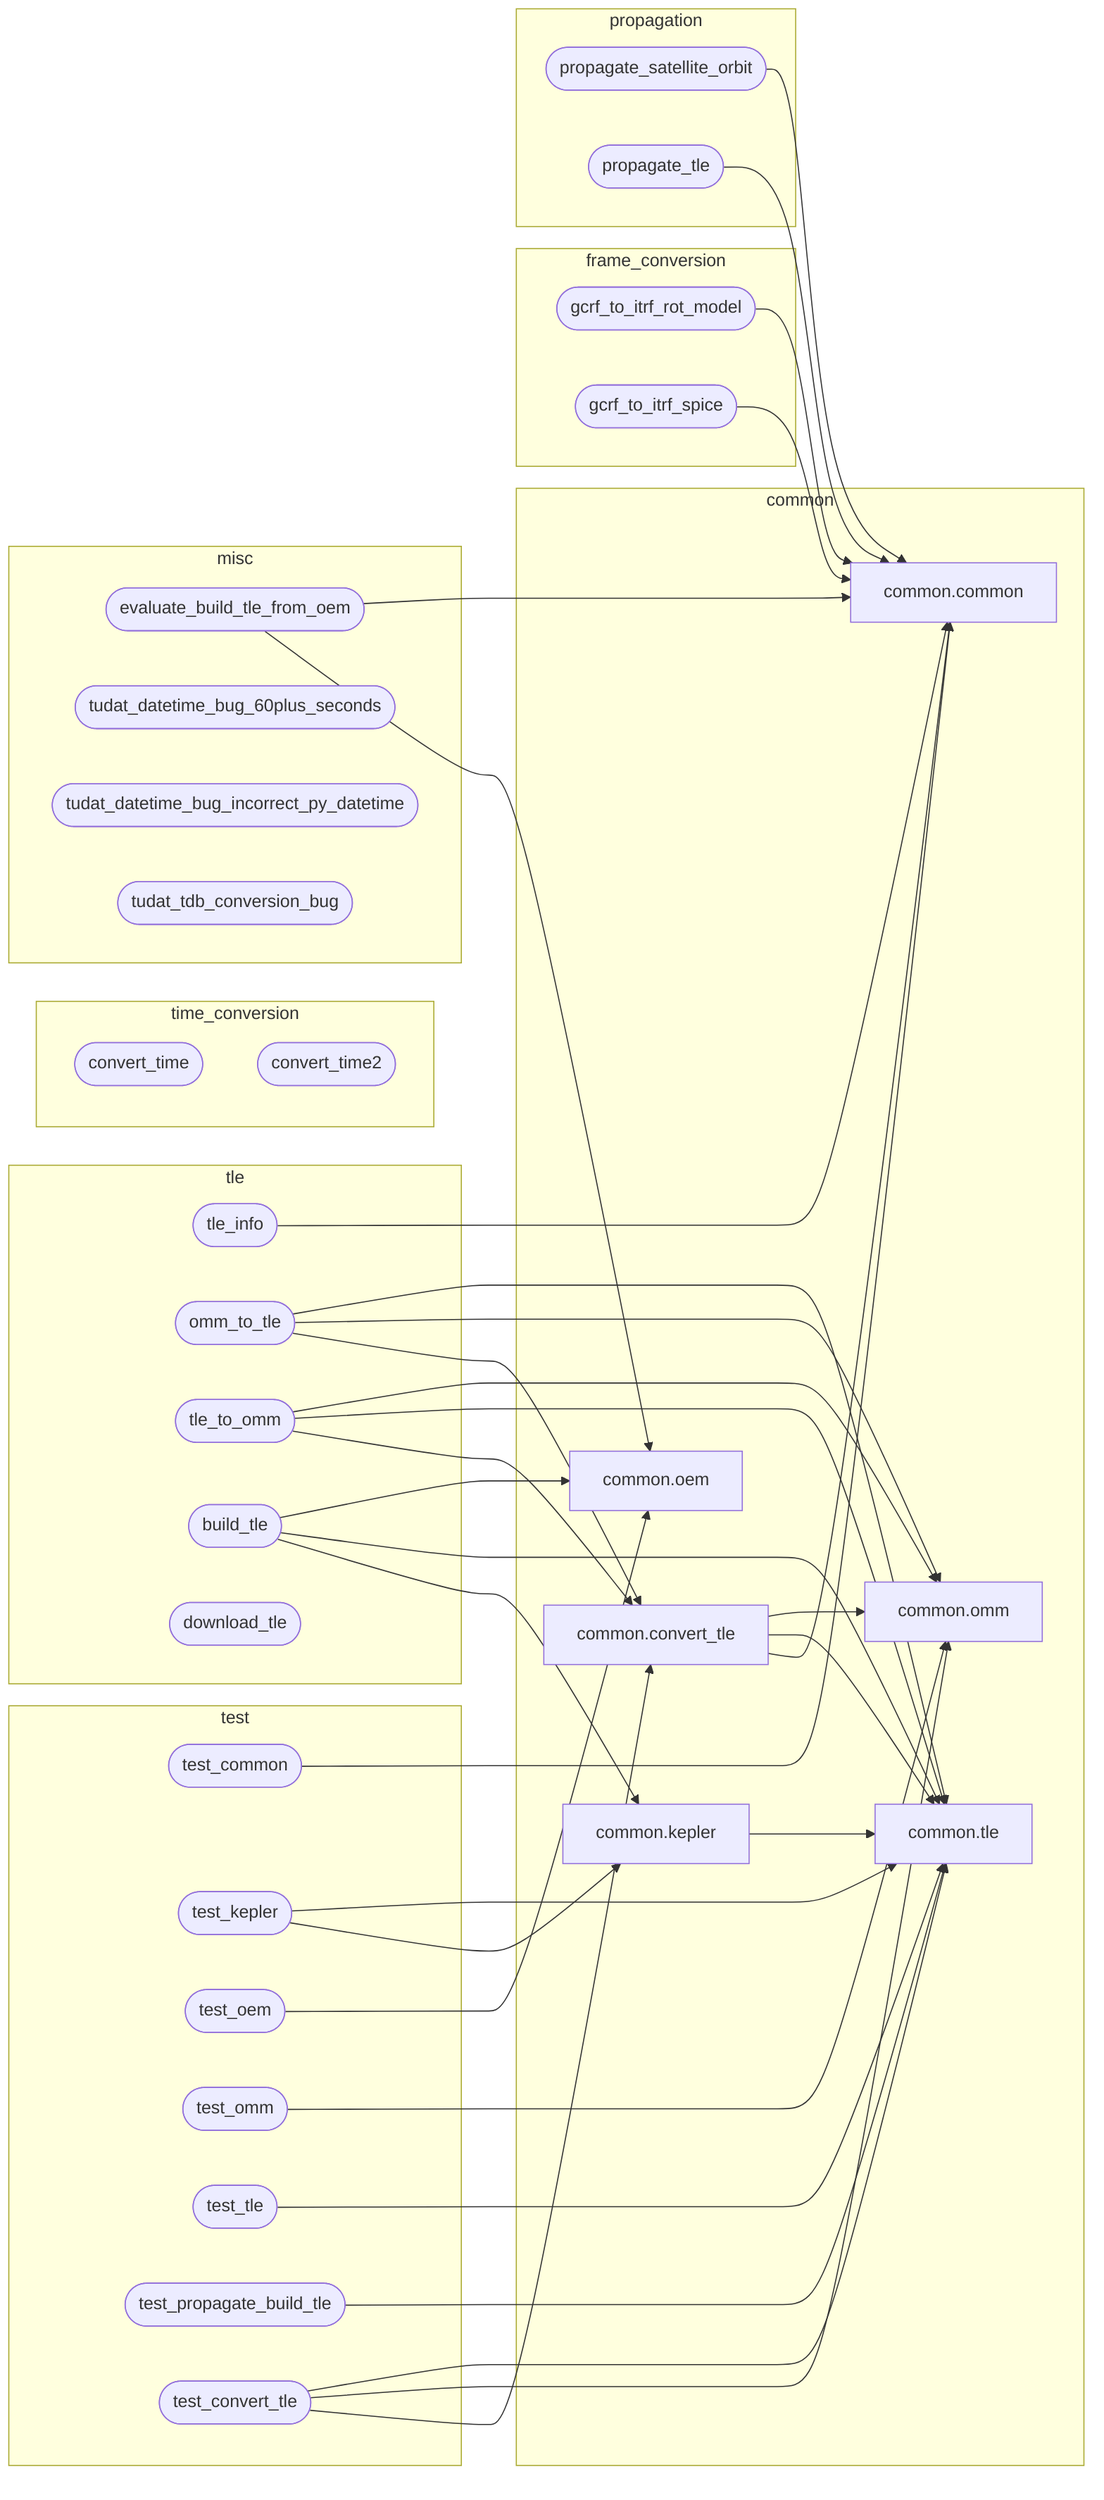
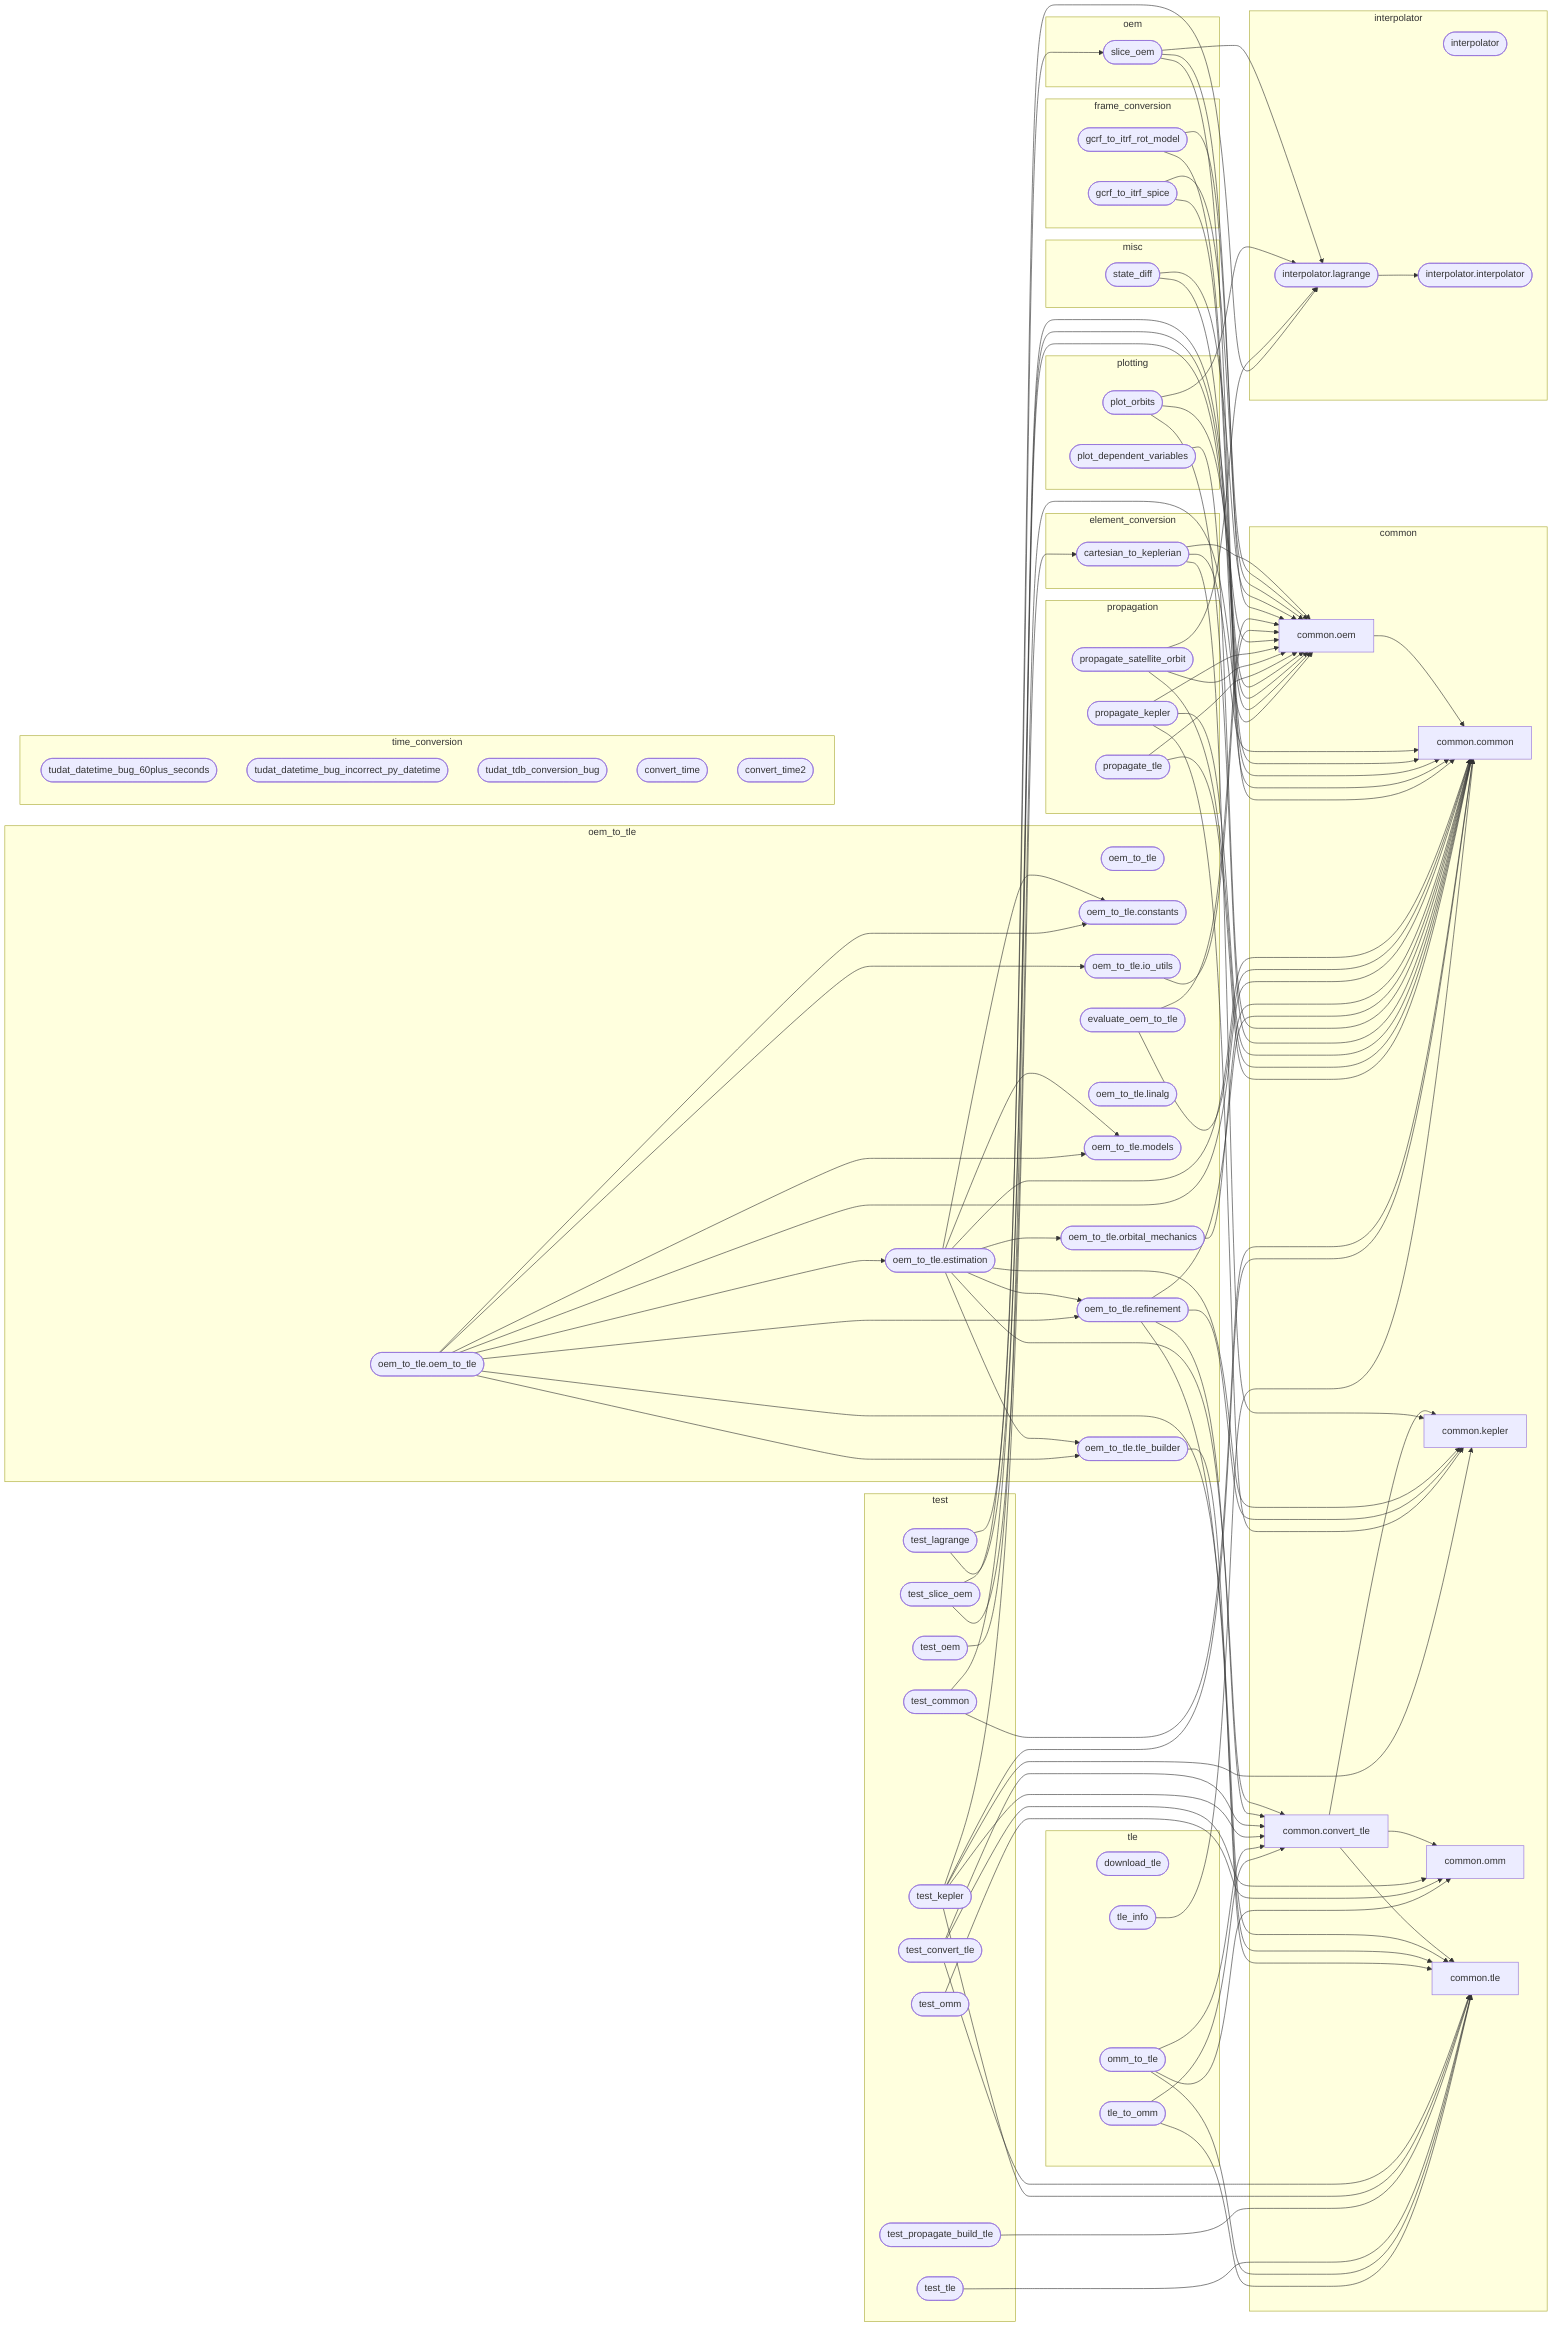
---
config:
  flowchart:
    curve: basis
---
graph LR

%% Internal Python module dependencies
%% Standalone scripts use stadium shape ([...])
%% Library modules use default rectangle shape [...]

    subgraph common
        mod_common_common[common.common]
+         mod_common_convert_tle[common.convert_tle]
        mod_common_kepler[common.kepler]
        mod_common_oem[common.oem]
+         mod_common_omm[common.omm]
        mod_common_tle[common.tle]
-         mod_common_omm[common.omm]
-         mod_common_convert_tle[common.convert_tle]
+     end
+ 
+     subgraph element_conversion
+         mod_element_conversion_cartesian_to_keplerian([cartesian_to_keplerian])
    end

    subgraph frame_conversion
        mod_frame_conversion_gcrf_to_itrf_rot_model([gcrf_to_itrf_rot_model])
        mod_frame_conversion_gcrf_to_itrf_spice([gcrf_to_itrf_spice])
    end

+     subgraph interpolator
+         mod_interpolator_package([interpolator])
+         mod_interpolator_interpolator([interpolator.interpolator])
+         mod_interpolator_lagrange([interpolator.lagrange])
+     end
+ 
+     subgraph misc
+         mod_misc_state_diff([state_diff])
+     end
+ 
+     subgraph oem
+         mod_oem_slice_oem([slice_oem])
+     end
+ 
+     subgraph oem_to_tle
+         mod_oem_to_tle_package([oem_to_tle])
+         mod_oem_to_tle_constants([oem_to_tle.constants])
+         mod_oem_to_tle_estimation([oem_to_tle.estimation])
+         mod_oem_to_tle_evaluate_oem_to_tle([evaluate_oem_to_tle])
+         mod_oem_to_tle_io_utils([oem_to_tle.io_utils])
+         mod_oem_to_tle_linalg([oem_to_tle.linalg])
+         mod_oem_to_tle_models([oem_to_tle.models])
+         mod_oem_to_tle_oem_to_tle([oem_to_tle.oem_to_tle])
+         mod_oem_to_tle_orbital_mechanics([oem_to_tle.orbital_mechanics])
+         mod_oem_to_tle_refinement([oem_to_tle.refinement])
+         mod_oem_to_tle_tle_builder([oem_to_tle.tle_builder])
+     end
+ 
+     subgraph plotting
+         mod_plotting_plot_dependent_variables([plot_dependent_variables])
+         mod_plotting_plot_orbits([plot_orbits])
+     end
+ 
    subgraph propagation
+         mod_propagation_propagate_kepler([propagate_kepler])
        mod_propagation_propagate_satellite_orbit([propagate_satellite_orbit])
        mod_propagation_propagate_tle([propagate_tle])
    end

-     subgraph tle
-         mod_tle_tle_info([tle_info])
-         mod_tle_omm_to_tle([omm_to_tle])
-         mod_tle_tle_to_omm([tle_to_omm])
-         mod_tle_build_tle([build_tle])
-         mod_tle_download_tle([download_tle])
-     end
- 
    subgraph test
        mod_test_test_common([test_common])
+         mod_test_test_convert_tle([test_convert_tle])
        mod_test_test_kepler([test_kepler])
+         mod_test_test_lagrange([test_lagrange])
        mod_test_test_oem([test_oem])
        mod_test_test_omm([test_omm])
+         mod_test_test_propagate_build_tle([test_propagate_build_tle])
+         mod_test_test_slice_oem([test_slice_oem])
        mod_test_test_tle([test_tle])
-         mod_test_test_propagate_build_tle([test_propagate_build_tle])
-         mod_test_test_convert_tle([test_convert_tle])
    end

    subgraph time_conversion
+         mod_time_conversion_old_tudat_datetime_bug_60plus_seconds([tudat_datetime_bug_60plus_seconds])
+         mod_time_conversion_old_tudat_datetime_bug_incorrect_py_datetime([tudat_datetime_bug_incorrect_py_datetime])
+         mod_time_conversion_old_tudat_tdb_conversion_bug([tudat_tdb_conversion_bug])
        mod_time_conversion_tools_convert_time([convert_time])
        mod_time_conversion_tools_convert_time2([convert_time2])
    end

-     subgraph misc
-         mod_misc_evaluate_build_tle_from_oem([evaluate_build_tle_from_oem])
-         mod_misc_tudat_datetime_bug_60plus_seconds([tudat_datetime_bug_60plus_seconds])
-         mod_misc_tudat_datetime_bug_incorrect_py_datetime([tudat_datetime_bug_incorrect_py_datetime])
-         mod_misc_tudat_tdb_conversion_bug([tudat_tdb_conversion_bug])
+     subgraph tle
+         mod_tle_download_tle([download_tle])
+         mod_tle_omm_to_tle([omm_to_tle])
+         mod_tle_tle_info([tle_info])
+         mod_tle_tle_to_omm([tle_to_omm])
    end

    %% Edges
-     mod_common_convert_tle --> mod_common_common
+     mod_common_convert_tle --> mod_common_kepler
+     mod_common_convert_tle --> mod_common_omm
    mod_common_convert_tle --> mod_common_tle
-     mod_common_convert_tle --> mod_common_omm
-     mod_common_kepler --> mod_common_tle
+     mod_common_oem --> mod_common_common
+     mod_element_conversion_cartesian_to_keplerian --> mod_common_common
+     mod_element_conversion_cartesian_to_keplerian --> mod_common_kepler
+     mod_element_conversion_cartesian_to_keplerian --> mod_common_oem
    mod_frame_conversion_gcrf_to_itrf_rot_model --> mod_common_common
+     mod_frame_conversion_gcrf_to_itrf_rot_model --> mod_common_oem
    mod_frame_conversion_gcrf_to_itrf_spice --> mod_common_common
+     mod_frame_conversion_gcrf_to_itrf_spice --> mod_common_oem
+     mod_interpolator_lagrange --> mod_interpolator_interpolator
+     mod_misc_state_diff --> mod_common_common
+     mod_misc_state_diff --> mod_common_oem
+     mod_oem_slice_oem --> mod_common_common
+     mod_oem_slice_oem --> mod_common_oem
+     mod_oem_slice_oem --> mod_interpolator_lagrange
+     mod_oem_to_tle_estimation --> mod_common_common
+     mod_oem_to_tle_estimation --> mod_common_convert_tle
+     mod_oem_to_tle_estimation --> mod_common_kepler
+     mod_oem_to_tle_estimation --> mod_oem_to_tle_constants
+     mod_oem_to_tle_estimation --> mod_oem_to_tle_models
+     mod_oem_to_tle_estimation --> mod_oem_to_tle_orbital_mechanics
+     mod_oem_to_tle_estimation --> mod_oem_to_tle_refinement
+     mod_oem_to_tle_estimation --> mod_oem_to_tle_tle_builder
+     mod_oem_to_tle_evaluate_oem_to_tle --> mod_common_common
+     mod_oem_to_tle_evaluate_oem_to_tle --> mod_common_oem
+     mod_oem_to_tle_io_utils --> mod_common_oem
+     mod_oem_to_tle_oem_to_tle --> mod_common_common
+     mod_oem_to_tle_oem_to_tle --> mod_common_tle
+     mod_oem_to_tle_oem_to_tle --> mod_oem_to_tle_constants
+     mod_oem_to_tle_oem_to_tle --> mod_oem_to_tle_estimation
+     mod_oem_to_tle_oem_to_tle --> mod_oem_to_tle_io_utils
+     mod_oem_to_tle_oem_to_tle --> mod_oem_to_tle_models
+     mod_oem_to_tle_oem_to_tle --> mod_oem_to_tle_refinement
+     mod_oem_to_tle_oem_to_tle --> mod_oem_to_tle_tle_builder
+     mod_oem_to_tle_orbital_mechanics --> mod_common_common
+     mod_oem_to_tle_refinement --> mod_common_common
+     mod_oem_to_tle_refinement --> mod_common_convert_tle
+     mod_oem_to_tle_refinement --> mod_common_kepler
+     mod_oem_to_tle_refinement --> mod_common_tle
+     mod_oem_to_tle_tle_builder --> mod_common_tle
+     mod_plotting_plot_dependent_variables --> mod_common_common
+     mod_plotting_plot_orbits --> mod_common_common
+     mod_plotting_plot_orbits --> mod_common_oem
+     mod_plotting_plot_orbits --> mod_interpolator_lagrange
+     mod_propagation_propagate_kepler --> mod_common_common
+     mod_propagation_propagate_kepler --> mod_common_kepler
+     mod_propagation_propagate_kepler --> mod_common_oem
    mod_propagation_propagate_satellite_orbit --> mod_common_common
+     mod_propagation_propagate_satellite_orbit --> mod_common_oem
+     mod_propagation_propagate_satellite_orbit --> mod_interpolator_lagrange
    mod_propagation_propagate_tle --> mod_common_common
+     mod_propagation_propagate_tle --> mod_common_oem
+     mod_test_test_common --> mod_common_common
+     mod_test_test_common --> mod_common_oem
    mod_test_test_convert_tle --> mod_common_convert_tle
    mod_test_test_convert_tle --> mod_common_omm
    mod_test_test_convert_tle --> mod_common_tle
+     mod_test_test_kepler --> mod_common_common
+     mod_test_test_kepler --> mod_common_convert_tle
    mod_test_test_kepler --> mod_common_kepler
    mod_test_test_kepler --> mod_common_tle
+     mod_test_test_kepler --> mod_element_conversion_cartesian_to_keplerian
+     mod_test_test_lagrange --> mod_common_oem
+     mod_test_test_lagrange --> mod_interpolator_lagrange
    mod_test_test_oem --> mod_common_oem
    mod_test_test_omm --> mod_common_omm
+     mod_test_test_propagate_build_tle --> mod_common_tle
+     mod_test_test_slice_oem --> mod_common_oem
+     mod_test_test_slice_oem --> mod_oem_slice_oem
    mod_test_test_tle --> mod_common_tle
-     mod_tle_build_tle --> mod_common_kepler
-     mod_tle_build_tle --> mod_common_tle
-     mod_tle_build_tle --> mod_common_oem
    mod_tle_omm_to_tle --> mod_common_convert_tle
    mod_tle_omm_to_tle --> mod_common_omm
    mod_tle_omm_to_tle --> mod_common_tle
    mod_tle_tle_info --> mod_common_common
    mod_tle_tle_to_omm --> mod_common_convert_tle
    mod_tle_tle_to_omm --> mod_common_tle
-     mod_tle_tle_to_omm --> mod_common_omm
-     mod_test_test_common --> mod_common_common
-     mod_test_test_propagate_build_tle --> mod_common_tle
-     mod_misc_evaluate_build_tle_from_oem --> mod_common_oem
-     mod_misc_evaluate_build_tle_from_oem --> mod_common_common
